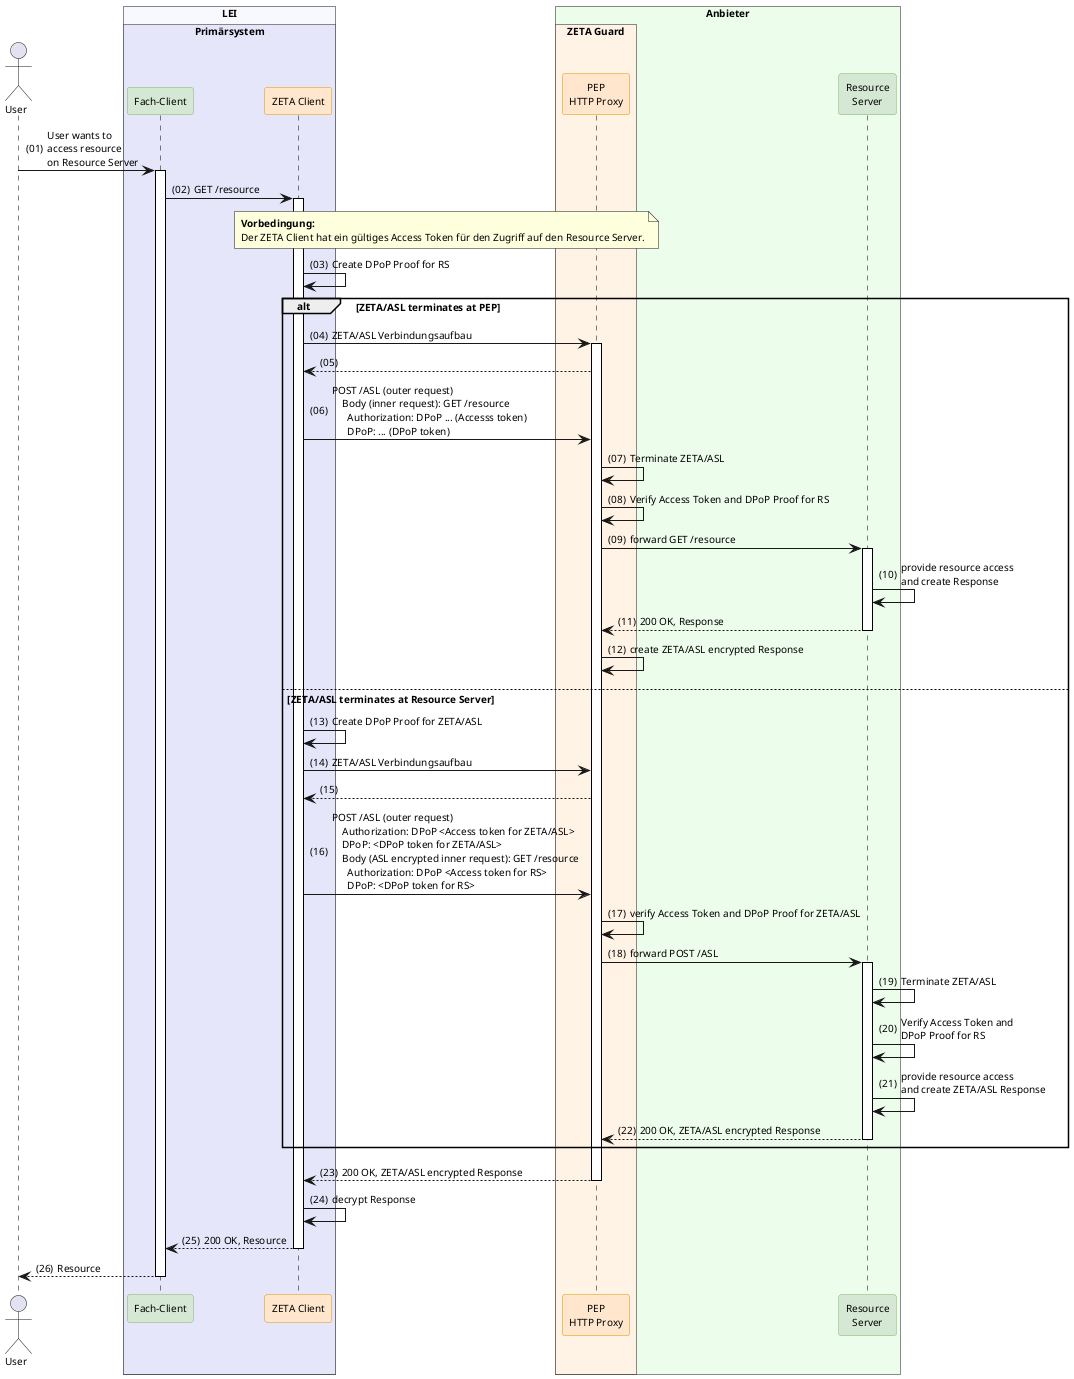
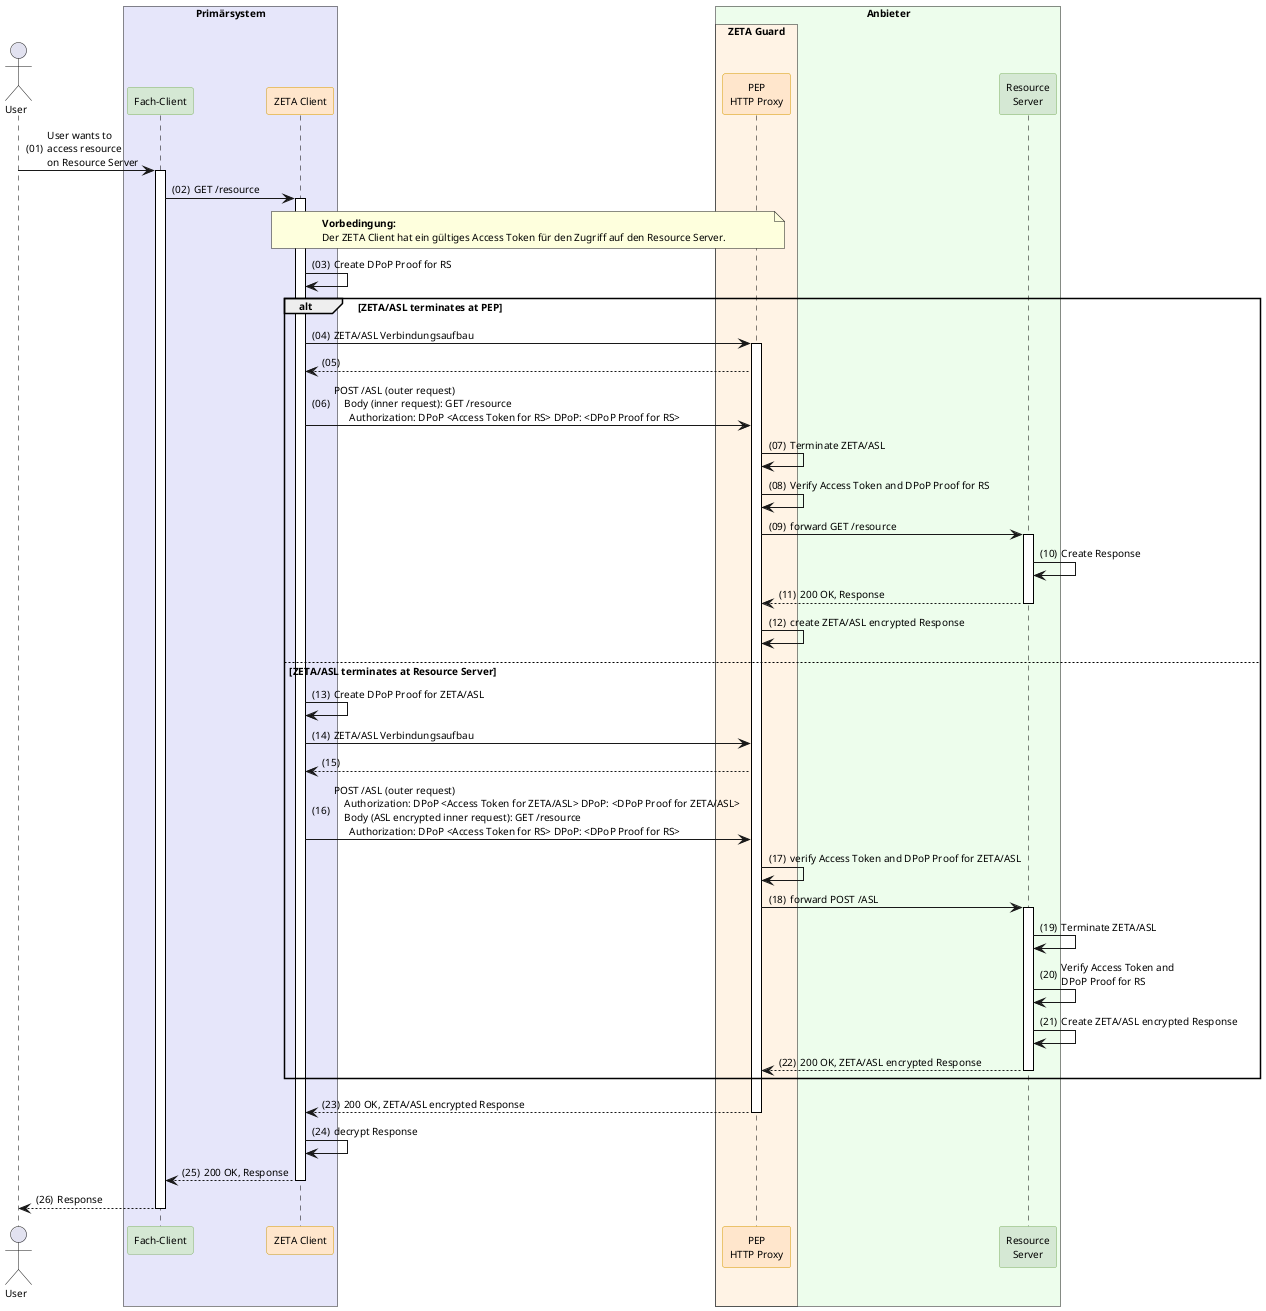
@startuml "tpm-attestation-and-token-exchange-overview"
autonumber "(00)"
skinparam defaultFontSize 10
skinparam defaultFontName Helvetica
skinparam DefaultMonospacedFontName Courier
skinparam lengthAdjust none
skinparam sequenceReferenceBackgroundColor White
skinparam SequenceReferenceFontSize 12
skinparam sequenceMessageAlign left
hide stereotype

' Box colors
!define ZETA_GUARD_COLOR #FFF3E5
!define LEI_COLOR #GhostWhite
!define LEI_COMPONENT_COLOR #E4E4F4
!define PRIMAERSYSTEM_COLOR #Lavender
!define PROVIDER_COLOR #EDFDEC

' Participant colors
<style>
sequenceDiagram {
  participant {
    .zeta {
      BackgroundColor #FFE6CC
      LineColor #D79B00
    }
    .provider {
      BackgroundColor #D5E8D4
      LineColor #82B366
    }
  }
  lifeline {
    BackgroundColor White
    LineColor Black
  }
}
</style>

!pragma teoz true

Actor User
- box "LEI" LEI_COLOR
-   box "Primärsystem" PRIMAERSYSTEM_COLOR
-     participant FC as "Fach-Client" <<provider>>
-     participant Client as "ZETA Client" <<zeta>>
-   end box
+ box "Primärsystem" PRIMAERSYSTEM_COLOR
+   participant FC as "Fach-Client" <<provider>>
+   participant Client as "ZETA Client" <<zeta>>
end box

box "Anbieter" PROVIDER_COLOR
  box "ZETA Guard" ZETA_GUARD_COLOR
    participant HP as "PEP\nHTTP Proxy" <<zeta>>
  end box
  participant RS as "Resource\nServer" <<provider>>
end box

User -> FC ++ : User wants to\naccess resource\non Resource Server
FC -> Client ++ : GET /resource

note over Client, HP: **Vorbedingung:**\nDer ZETA Client hat ein gültiges Access Token für den Zugriff auf den Resource Server.

Client -> Client: Create DPoP Proof for RS

alt ZETA/ASL terminates at PEP
  Client -> HP++: ZETA/ASL Verbindungsaufbau
  HP --> Client
  Client -> HP: POST /ASL (outer request)\n\
    Body (inner request): GET /resource\n\
-       Authorization: DPoP ... (Accesss token)\n\
-       DPoP: ... (DPoP token)
+       Authorization: DPoP <Access Token for RS> DPoP: <DPoP Proof for RS>
  HP -> HP: Terminate ZETA/ASL
  HP -> HP: Verify Access Token and DPoP Proof for RS
  HP -> RS ++ : forward GET /resource
-   RS -> RS: provide resource access\nand create Response
+   RS -> RS: Create Response
  RS --> HP -- : 200 OK, Response
  HP -> HP: create ZETA/ASL encrypted Response
else ZETA/ASL terminates at Resource Server
  Client -> Client: Create DPoP Proof for ZETA/ASL
  Client -> HP : ZETA/ASL Verbindungsaufbau
  HP --> Client
  Client -> HP: POST /ASL (outer request)\n\
-     Authorization: DPoP <Access token for ZETA/ASL>\n\
-     DPoP: <DPoP token for ZETA/ASL>\n\
+     Authorization: DPoP <Access Token for ZETA/ASL> DPoP: <DPoP Proof for ZETA/ASL>\n\
    Body (ASL encrypted inner request): GET /resource\n\
-       Authorization: DPoP <Access token for RS>\n\
-       DPoP: <DPoP token for RS>
+       Authorization: DPoP <Access Token for RS> DPoP: <DPoP Proof for RS>
  HP -> HP: verify Access Token and DPoP Proof for ZETA/ASL
  HP -> RS ++: forward POST /ASL
  RS -> RS: Terminate ZETA/ASL
  RS -> RS: Verify Access Token and\nDPoP Proof for RS
-   RS -> RS: provide resource access\nand create ZETA/ASL Response
+   RS -> RS: Create ZETA/ASL encrypted Response
  RS --> HP -- : 200 OK, ZETA/ASL encrypted Response
end
HP --> Client -- : 200 OK, ZETA/ASL encrypted Response
Client -> Client: decrypt Response
- Client --> FC -- : 200 OK, Resource
- FC --> User -- : Resource
+ Client --> FC -- : 200 OK, Response
+ FC --> User -- : Response

@enduml